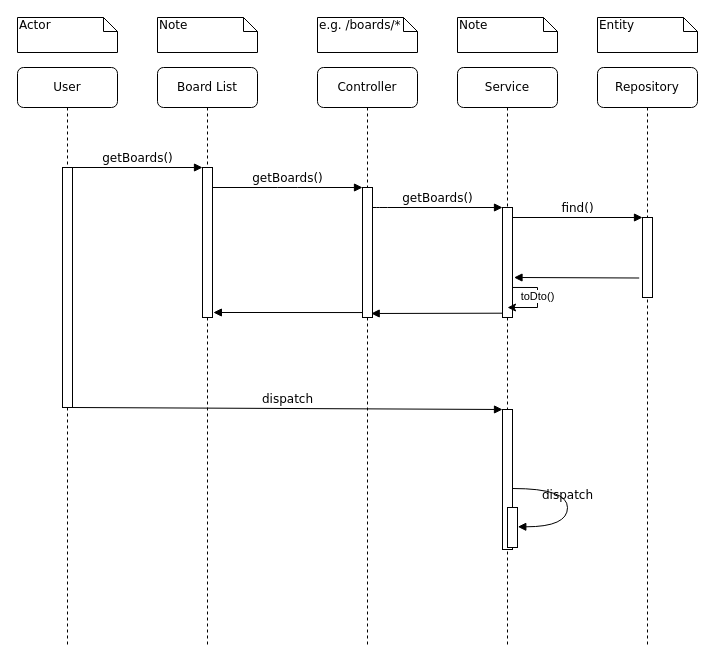
Above: sequence.drawio in StanEkso/kanban-projecting (draw.io), before the change. Source tidied: cells renumbered, new cells numbered last; positions are measured from the earlier drawing's top-left corner, leaving out a move shared by most shapes. Both pictures are drawn from the tidied source at 100%, with x=0, y=0 at pixel (17, 17).
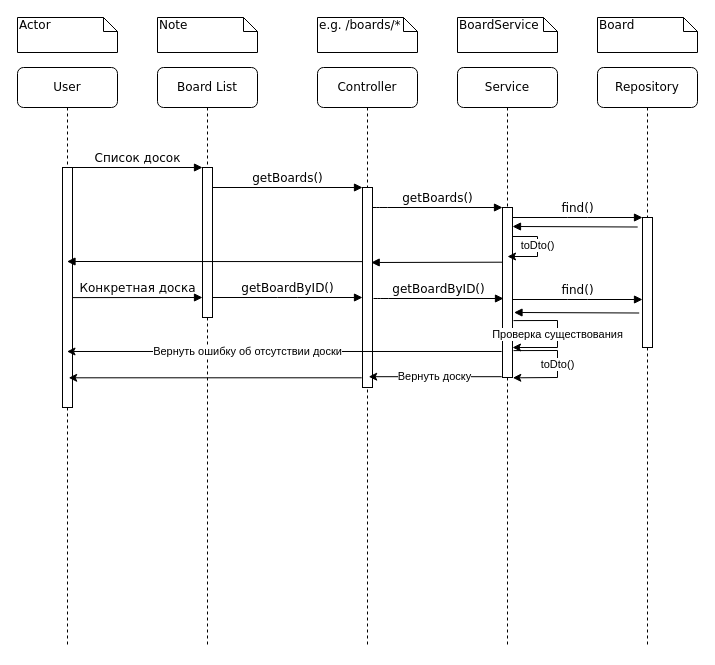
The same diagram, later.

Commit message:
feat: get board by id method

The change refers to these unchanged cells:
```xml
<mxCell id="2" value="Board List" style="shape=umlLifeline;perimeter=lifelinePerimeter;whiteSpace=wrap;html=1;rounded=1;shadow=0;comic=0;labelBackgroundColor=none;strokeWidth=1;fontFamily=Verdana;fontSize=12;align=center;" parent="1" vertex="1">
  <mxGeometry x="140" y="50" width="100" height="580" as="geometry" />
</mxCell>
<mxCell id="3" style="html=1;points=[];perimeter=orthogonalPerimeter;rounded=0;shadow=0;comic=0;labelBackgroundColor=none;strokeWidth=1;fontFamily=Verdana;fontSize=12;align=center;" parent="2" vertex="1">
  <mxGeometry x="45" y="100" width="10" height="150" as="geometry" />
</mxCell>
<mxCell id="4" value="Controller" style="shape=umlLifeline;perimeter=lifelinePerimeter;whiteSpace=wrap;html=1;rounded=1;shadow=0;comic=0;labelBackgroundColor=none;strokeWidth=1;fontFamily=Verdana;fontSize=12;align=center;" parent="1" vertex="1">
  <mxGeometry x="300" y="50" width="100" height="580" as="geometry" />
</mxCell>
<mxCell id="6" value="Service" style="shape=umlLifeline;perimeter=lifelinePerimeter;whiteSpace=wrap;html=1;rounded=1;shadow=0;comic=0;labelBackgroundColor=none;strokeWidth=1;fontFamily=Verdana;fontSize=12;align=center;" parent="1" vertex="1">
  <mxGeometry x="440" y="50" width="100" height="580" as="geometry" />
</mxCell>
<mxCell id="8" value="User" style="shape=umlLifeline;perimeter=lifelinePerimeter;whiteSpace=wrap;html=1;outlineConnect=0;rounded=1;shadow=0;comic=0;labelBackgroundColor=none;strokeWidth=1;fontFamily=Verdana;fontSize=12;align=center;" parent="1" vertex="1">
  <mxGeometry y="50" width="100" height="580" as="geometry" />
</mxCell>
<mxCell id="9" style="html=1;points=[];perimeter=orthogonalPerimeter;rounded=0;shadow=0;comic=0;labelBackgroundColor=none;strokeWidth=1;fontFamily=Verdana;fontSize=12;align=center;" parent="8" vertex="1">
  <mxGeometry x="45" y="100" width="10" height="240" as="geometry" />
</mxCell>
```

The edit, as a diff of the source:
```diff
@@
+    <mxCell id="29" value="Конкретная доска" style="html=1;verticalAlign=bottom;endArrow=block;entryX=0;entryY=0;labelBackgroundColor=none;fontFamily=Verdana;fontSize=12;edgeStyle=elbowEdgeStyle;elbow=vertical;" parent="2" edge="1">
+      <mxGeometry relative="1" as="geometry">
+        <mxPoint x="-85" y="230.1" as="sourcePoint" />
+        <mxPoint x="45" y="230.1" as="targetPoint" />
+      </mxGeometry>
+    </mxCell>
@@
     <mxCell id="5" style="html=1;points=[];perimeter=orthogonalPerimeter;rounded=0;shadow=0;comic=0;labelBackgroundColor=none;strokeWidth=1;fontFamily=Verdana;fontSize=12;align=center;" parent="4" vertex="1">
-      <mxGeometry x="45" y="120" width="10" height="130" as="geometry" />
+      <mxGeometry x="45" y="120" width="10" height="200" as="geometry" />
     </mxCell>
@@
+    <mxCell id="30" value="toDto()" style="endArrow=classic;html=1;rounded=0;exitX=1.1;exitY=0.736;exitDx=0;exitDy=0;exitPerimeter=0;entryX=1.031;entryY=1.002;entryDx=0;entryDy=0;entryPerimeter=0;" parent="6" edge="1" target="10">
+      <mxGeometry relative="1" as="geometry">
+        <mxPoint x="56" y="283.1" as="sourcePoint" />
+        <Array as="points">
+          <mxPoint x="100" y="283" />
+          <mxPoint x="100" y="310" />
+        </Array>
+      </mxGeometry>
+    </mxCell>
@@
     <mxCell id="10" style="html=1;points=[];perimeter=orthogonalPerimeter;rounded=0;shadow=0;comic=0;labelBackgroundColor=none;strokeWidth=1;fontFamily=Verdana;fontSize=12;align=center;" parent="1" vertex="1">
-      <mxGeometry x="485" y="190" width="10" height="110" as="geometry" />
+      <mxGeometry x="485" y="190" width="10" height="170" as="geometry" />
     </mxCell>
@@
     <mxCell id="12" style="html=1;points=[];perimeter=orthogonalPerimeter;rounded=0;shadow=0;comic=0;labelBackgroundColor=none;strokeWidth=1;fontFamily=Verdana;fontSize=12;align=center;" parent="1" vertex="1">
-      <mxGeometry x="625" y="200" width="10" height="80" as="geometry" />
+      <mxGeometry x="625" y="200" width="10" height="130" as="geometry" />
     </mxCell>
@@
-    <mxCell id="14" style="html=1;points=[];perimeter=orthogonalPerimeter;rounded=0;shadow=0;comic=0;labelBackgroundColor=none;strokeWidth=1;fontFamily=Verdana;fontSize=12;align=center;" parent="1" vertex="1">
-      <mxGeometry x="485" y="392" width="10" height="140" as="geometry" />
-    </mxCell>
-    <mxCell id="15" value="dispatch" style="html=1;verticalAlign=bottom;endArrow=block;entryX=0;entryY=0;labelBackgroundColor=none;fontFamily=Verdana;fontSize=12;" parent="1" edge="1" source="9" target="14">
-      <mxGeometry relative="1" as="geometry" />
-    </mxCell>
-    <mxCell id="16" value="getBoards()" style="html=1;verticalAlign=bottom;endArrow=block;entryX=0;entryY=0;labelBackgroundColor=none;fontFamily=Verdana;fontSize=12;edgeStyle=elbowEdgeStyle;elbow=vertical;" parent="1" edge="1" source="9" target="3">
+    <mxCell id="16" value="Список досок" style="html=1;verticalAlign=bottom;endArrow=block;entryX=0;entryY=0;labelBackgroundColor=none;fontFamily=Verdana;fontSize=12;edgeStyle=elbowEdgeStyle;elbow=vertical;" parent="1" edge="1" source="9" target="3">
       <mxGeometry relative="1" as="geometry" />
     </mxCell>
@@
-    <mxCell id="18" style="html=1;perimeter=orthogonalPerimeter;rounded=0;shadow=0;comic=0;labelBackgroundColor=none;strokeWidth=1;fontFamily=Verdana;fontSize=12;align=center;" parent="1" vertex="1">
-      <mxGeometry x="490" y="490" width="10" height="40" as="geometry" />
-    </mxCell>
-    <mxCell id="19" value="dispatch" style="html=1;verticalAlign=bottom;endArrow=block;labelBackgroundColor=none;fontFamily=Verdana;fontSize=12;elbow=vertical;edgeStyle=orthogonalEdgeStyle;curved=1;entryX=1;entryY=0.286;entryPerimeter=0;exitX=1.038;exitY=0.345;exitPerimeter=0;" parent="1" edge="1">
-      <mxGeometry relative="1" as="geometry">
-        <mxPoint x="495.3" y="471" as="sourcePoint" />
-        <mxPoint x="500.3" y="509.3" as="targetPoint" />
-        <Array as="points">
-          <mxPoint x="550" y="471" />
-          <mxPoint x="550" y="509" />
-        </Array>
-      </mxGeometry>
-    </mxCell>
@@
-    <mxCell id="23" value="Note" style="shape=note;whiteSpace=wrap;html=1;size=14;verticalAlign=top;align=left;spacingTop=-6;rounded=0;shadow=0;comic=0;labelBackgroundColor=none;strokeWidth=1;fontFamily=Verdana;fontSize=12;" parent="1" vertex="1">
+    <mxCell id="23" value="BoardService" style="shape=note;whiteSpace=wrap;html=1;size=14;verticalAlign=top;align=left;spacingTop=-6;rounded=0;shadow=0;comic=0;labelBackgroundColor=none;strokeWidth=1;fontFamily=Verdana;fontSize=12;" parent="1" vertex="1">
       <mxGeometry x="440" width="100" height="35" as="geometry" />
     </mxCell>
-    <mxCell id="24" value="Entity" style="shape=note;whiteSpace=wrap;html=1;size=14;verticalAlign=top;align=left;spacingTop=-6;rounded=0;shadow=0;comic=0;labelBackgroundColor=none;strokeWidth=1;fontFamily=Verdana;fontSize=12;" parent="1" vertex="1">
+    <mxCell id="24" value="Board" style="shape=note;whiteSpace=wrap;html=1;size=14;verticalAlign=top;align=left;spacingTop=-6;rounded=0;shadow=0;comic=0;labelBackgroundColor=none;strokeWidth=1;fontFamily=Verdana;fontSize=12;" parent="1" vertex="1">
       <mxGeometry x="580" width="100" height="35" as="geometry" />
     </mxCell>
     <mxCell id="25" style="html=1;verticalAlign=bottom;endArrow=block;entryX=1.152;entryY=0.946;labelBackgroundColor=none;fontFamily=Verdana;fontSize=12;edgeStyle=elbowEdgeStyle;elbow=vertical;entryDx=0;entryDy=0;entryPerimeter=0;exitX=-0.33;exitY=0.945;exitDx=0;exitDy=0;exitPerimeter=0;" parent="1" edge="1">
       <mxGeometry relative="1" as="geometry">
-        <mxPoint x="621.7" y="260.5" as="sourcePoint" />
-        <mxPoint x="496.5" y="260.1" as="targetPoint" />
+        <mxPoint x="621.7" y="295.5" as="sourcePoint" />
+        <mxPoint x="496.5" y="295.1" as="targetPoint" />
       </mxGeometry>
     </mxCell>
     <mxCell id="26" style="html=1;verticalAlign=bottom;endArrow=block;labelBackgroundColor=none;fontFamily=Verdana;fontSize=12;edgeStyle=elbowEdgeStyle;elbow=vertical;exitX=0.029;exitY=0.897;exitDx=0;exitDy=0;exitPerimeter=0;entryX=0.867;entryY=0.915;entryDx=0;entryDy=0;entryPerimeter=0;" parent="1" edge="1">
       <mxGeometry relative="1" as="geometry">
-        <mxPoint x="485.3" y="295.7" as="sourcePoint" />
-        <mxPoint x="353.7" y="295.9" as="targetPoint" />
+        <mxPoint x="485.3" y="244.7" as="sourcePoint" />
+        <mxPoint x="353.7" y="244.9" as="targetPoint" />
       </mxGeometry>
     </mxCell>
-    <mxCell id="27" value="toDto()" style="endArrow=classic;html=1;rounded=0;exitX=1.03;exitY=0.727;exitDx=0;exitDy=0;exitPerimeter=0;" parent="1" edge="1" source="10">
+    <mxCell id="27" value="toDto()" style="endArrow=classic;html=1;rounded=0;exitX=1.03;exitY=0.727;exitDx=0;exitDy=0;exitPerimeter=0;" parent="1" edge="1">
       <mxGeometry x="-0.1" relative="1" as="geometry">
-        <mxPoint x="490" y="290" as="targetPoint" />
+        <mxPoint x="495.3" y="219" as="sourcePoint" />
+        <mxPoint x="490" y="239" as="targetPoint" />
         <Array as="points">
-          <mxPoint x="520" y="270" />
-          <mxPoint x="520" y="290" />
+          <mxPoint x="520" y="219" />
+          <mxPoint x="520" y="239" />
         </Array>
       </mxGeometry>
     </mxCell>
-    <mxCell id="28" style="html=1;verticalAlign=bottom;endArrow=block;labelBackgroundColor=none;fontFamily=Verdana;fontSize=12;edgeStyle=elbowEdgeStyle;elbow=vertical;exitX=-0.006;exitY=0.962;exitDx=0;exitDy=0;exitPerimeter=0;entryX=1.085;entryY=0.97;entryDx=0;entryDy=0;entryPerimeter=0;" parent="1" edge="1" source="5" target="3">
-      <mxGeometry relative="1" as="geometry" />
+    <mxCell id="28" style="html=1;verticalAlign=bottom;endArrow=block;labelBackgroundColor=none;fontFamily=Verdana;fontSize=12;edgeStyle=elbowEdgeStyle;elbow=vertical;exitX=-0.006;exitY=0.962;exitDx=0;exitDy=0;exitPerimeter=0;" parent="1" edge="1" target="8">
+      <mxGeometry relative="1" as="geometry">
+        <mxPoint x="344.9" y="244.1" as="sourcePoint" />
+      </mxGeometry>
     </mxCell>
+    <mxCell id="31" style="html=1;verticalAlign=bottom;endArrow=block;entryX=1.152;entryY=0.946;labelBackgroundColor=none;fontFamily=Verdana;fontSize=12;edgeStyle=elbowEdgeStyle;elbow=vertical;entryDx=0;entryDy=0;entryPerimeter=0;exitX=-0.33;exitY=0.945;exitDx=0;exitDy=0;exitPerimeter=0;" parent="1" edge="1">
+      <mxGeometry relative="1" as="geometry">
+        <mxPoint x="620.2" y="209.5" as="sourcePoint" />
+        <mxPoint x="495" y="209.1" as="targetPoint" />
+      </mxGeometry>
+    </mxCell>
+    <mxCell id="32" value="getBoardByID()" style="html=1;verticalAlign=bottom;endArrow=block;entryX=0;entryY=0;labelBackgroundColor=none;fontFamily=Verdana;fontSize=12;edgeStyle=elbowEdgeStyle;elbow=vertical;" parent="1" edge="1">
+      <mxGeometry relative="1" as="geometry">
+        <mxPoint x="195" y="280" as="sourcePoint" />
+        <mxPoint x="345" y="280" as="targetPoint" />
+      </mxGeometry>
+    </mxCell>
+    <mxCell id="33" value="getBoardByID()" style="html=1;verticalAlign=bottom;endArrow=block;labelBackgroundColor=none;fontFamily=Verdana;fontSize=12;edgeStyle=elbowEdgeStyle;elbow=vertical;" parent="1" edge="1">
+      <mxGeometry relative="1" as="geometry">
+        <mxPoint x="356" y="281" as="sourcePoint" />
+        <mxPoint x="486" y="281" as="targetPoint" />
+        <Array as="points">
+          <mxPoint x="361" y="281" />
+        </Array>
+      </mxGeometry>
+    </mxCell>
+    <mxCell id="34" value="find()" style="html=1;verticalAlign=bottom;endArrow=block;entryX=0;entryY=0;labelBackgroundColor=none;fontFamily=Verdana;fontSize=12;edgeStyle=elbowEdgeStyle;elbow=vertical;" parent="1" edge="1">
+      <mxGeometry relative="1" as="geometry">
+        <mxPoint x="495" y="282" as="sourcePoint" />
+        <mxPoint x="625" y="282" as="targetPoint" />
+      </mxGeometry>
+    </mxCell>
+    <mxCell id="35" value="Проверка существования" style="endArrow=classic;html=1;rounded=0;exitX=1.1;exitY=0.736;exitDx=0;exitDy=0;exitPerimeter=0;" parent="1" edge="1" target="10">
+      <mxGeometry relative="1" as="geometry">
+        <mxPoint x="496" y="303.1" as="sourcePoint" />
+        <Array as="points">
+          <mxPoint x="540" y="303" />
+          <mxPoint x="540" y="330" />
+        </Array>
+      </mxGeometry>
+    </mxCell>
+    <mxCell id="36" value="Вернуть доску" style="endArrow=classic;html=1;rounded=0;exitX=-0.18;exitY=0.866;exitDx=0;exitDy=0;exitPerimeter=0;" parent="1" edge="1">
+      <mxGeometry relative="1" as="geometry">
+        <mxPoint x="484.2" y="359.2" as="sourcePoint" />
+        <mxPoint x="351.2" y="359.2" as="targetPoint" />
+      </mxGeometry>
+    </mxCell>
+    <mxCell id="37" style="endArrow=classic;html=1;rounded=0;exitX=-0.18;exitY=0.886;exitDx=0;exitDy=0;exitPerimeter=0;" parent="1" edge="1">
+      <mxGeometry relative="1" as="geometry">
+        <mxPoint x="344.2" y="360.3" as="sourcePoint" />
+        <mxPoint x="51.2" y="360.3" as="targetPoint" />
+      </mxGeometry>
+    </mxCell>
+    <mxCell id="38" value="Вернуть ошибку об отсутствии доски" style="endArrow=classic;html=1;rounded=0;exitX=-0.086;exitY=0.847;exitDx=0;exitDy=0;exitPerimeter=0;" parent="1" edge="1" source="10" target="8">
+      <mxGeometry x="0.17" relative="1" as="geometry" />
+    </mxCell>
```
